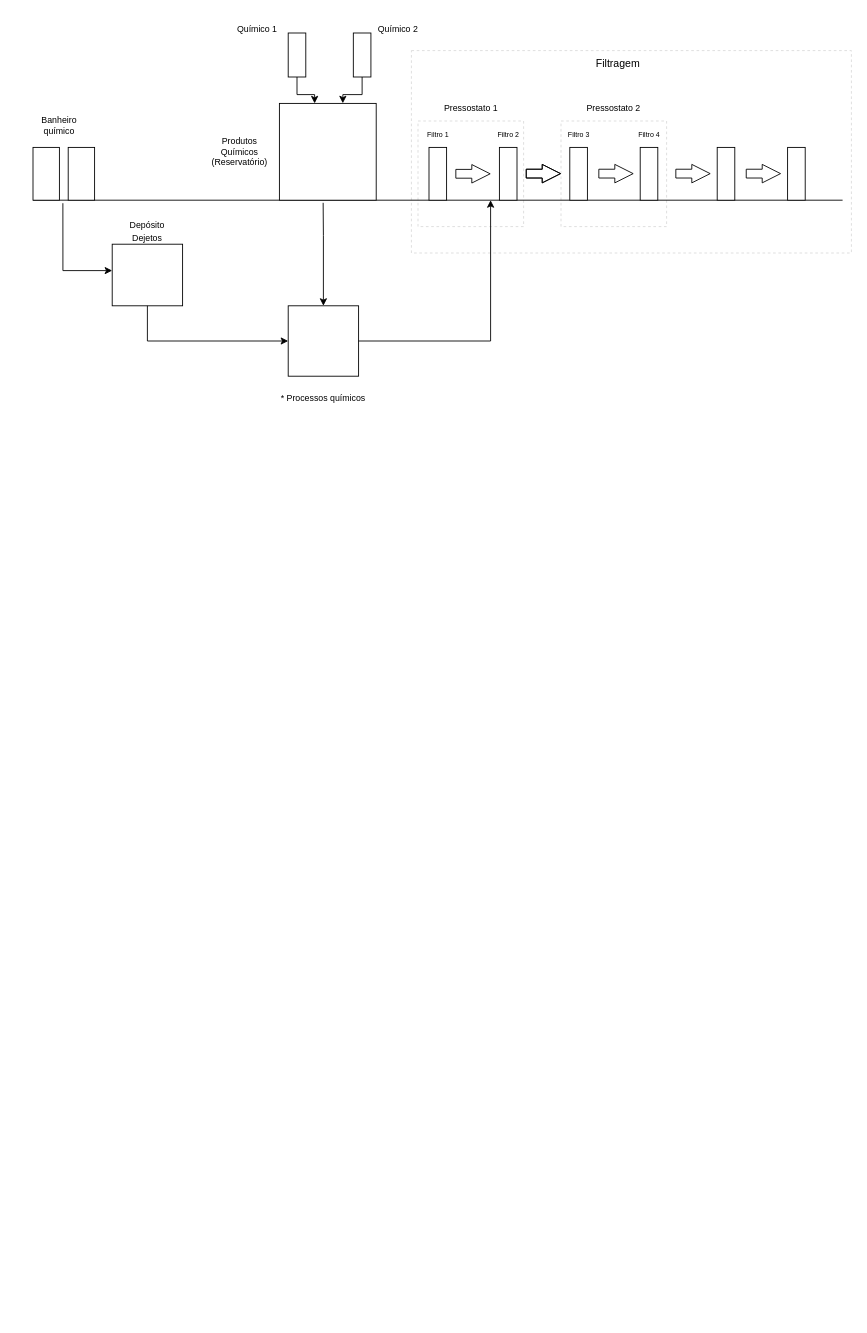
gabrielkrneiro/Puri keeps this draw.io diagram as Untitled Diagram.drawio. Above is the earlier version. Source tidied: cells renumbered, new cells numbered last; positions are measured from the earlier drawing's top-left corner, leaving out a move shared by most shapes. Both pictures are drawn from the tidied source at 88%, with x=0, y=0 at pixel (33, 15).
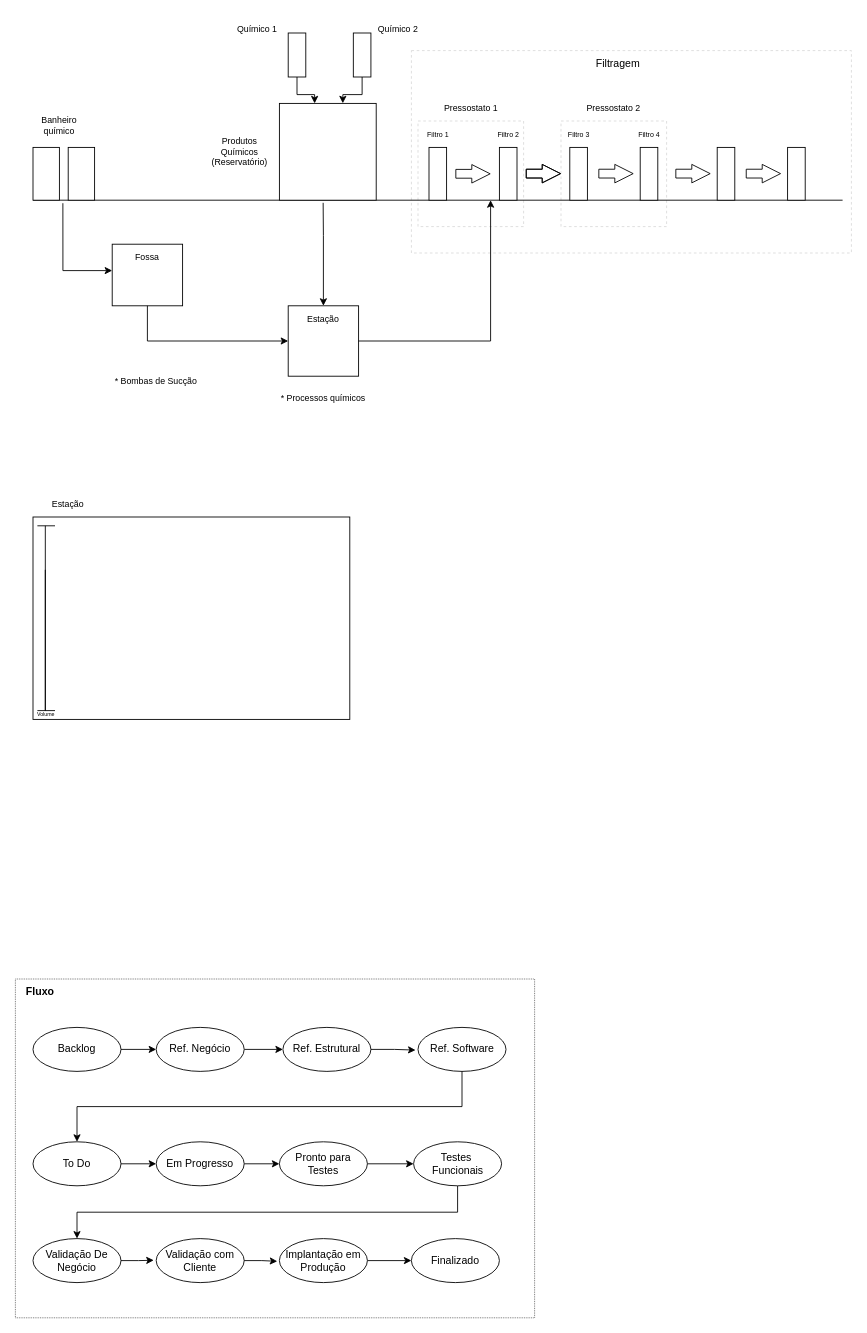
After the change.

The edit, as a diff of the source:
```diff
@@
+    <mxCell id="44" style="rounded=0;whiteSpace=wrap;html=1;dashed=1;dashPattern=1 1;strokeColor=#636363;" parent="1" vertex="1">
+      <mxGeometry x="-20" y="1095" width="590" height="385" as="geometry" />
+    </mxCell>
+    <mxCell id="45" style="rounded=0;whiteSpace=wrap;html=1;" parent="1" vertex="1">
+      <mxGeometry y="570" width="360" height="230" as="geometry" />
+    </mxCell>
@@
-    <mxCell id="13" value="&lt;font style=&quot;font-size: 10px;&quot;&gt;Depósito&lt;br&gt;Dejetos&lt;/font&gt;" style="text;html=1;align=center;verticalAlign=middle;whiteSpace=wrap;rounded=0;" parent="1" vertex="1">
-      <mxGeometry x="90" y="230" width="80" height="30" as="geometry" />
+    <mxCell id="13" value="&lt;span style=&quot;font-size: 10px;&quot;&gt;Fossa&lt;/span&gt;" style="text;html=1;align=center;verticalAlign=middle;whiteSpace=wrap;rounded=0;" parent="1" vertex="1">
+      <mxGeometry x="90" y="260" width="80" height="30" as="geometry" />
     </mxCell>
@@
+    <mxCell id="46" value="* Bombas de Sucção" style="text;html=1;align=center;verticalAlign=middle;whiteSpace=wrap;rounded=0;fontSize=10;" parent="1" vertex="1">
+      <mxGeometry x="90" y="400" width="100" height="30" as="geometry" />
+    </mxCell>
+    <mxCell id="47" value="Estação" style="text;html=1;align=center;verticalAlign=middle;whiteSpace=wrap;rounded=0;fontSize=10;" parent="1" vertex="1">
+      <mxGeometry x="-10" y="540" width="100" height="30" as="geometry" />
+    </mxCell>
+    <mxCell id="48" value="Estação" style="text;html=1;align=center;verticalAlign=middle;whiteSpace=wrap;rounded=0;fontSize=10;" parent="1" vertex="1">
+      <mxGeometry x="280" y="330" width="100" height="30" as="geometry" />
+    </mxCell>
+    <mxCell id="49" style="endArrow=none;html=1;rounded=0;" parent="1" edge="1">
+      <mxGeometry relative="1" as="geometry">
+        <mxPoint x="14" y="630" as="sourcePoint" />
+        <mxPoint x="14" y="580" as="targetPoint" />
+        <Array as="points">
+          <mxPoint x="14" y="790" />
+        </Array>
+      </mxGeometry>
+    </mxCell>
+    <mxCell id="50" style="endArrow=none;html=1;rounded=0;" parent="1" edge="1">
+      <mxGeometry relative="1" as="geometry">
+        <mxPoint x="25" y="790" as="sourcePoint" />
+        <mxPoint x="5" y="790" as="targetPoint" />
+      </mxGeometry>
+    </mxCell>
+    <mxCell id="51" style="endArrow=none;html=1;rounded=0;" parent="1" edge="1">
+      <mxGeometry relative="1" as="geometry">
+        <mxPoint x="25" y="580" as="sourcePoint" />
+        <mxPoint x="5" y="580" as="targetPoint" />
+      </mxGeometry>
+    </mxCell>
+    <mxCell id="52" value="Volume" style="text;html=1;align=center;verticalAlign=middle;whiteSpace=wrap;rounded=0;fontSize=6;" parent="1" vertex="1">
+      <mxGeometry y="790" width="30" height="10" as="geometry" />
+    </mxCell>
+    <mxCell id="53" style="edgeStyle=orthogonalEdgeStyle;rounded=0;jettySize=auto;html=1;" parent="1" edge="1" source="54" target="56">
+      <mxGeometry relative="1" as="geometry" />
+    </mxCell>
+    <mxCell id="54" value="Backlog" style="ellipse;whiteSpace=wrap;html=1;" parent="1" vertex="1">
+      <mxGeometry y="1150" width="100" height="50" as="geometry" />
+    </mxCell>
+    <mxCell id="55" style="edgeStyle=orthogonalEdgeStyle;rounded=0;jettySize=auto;html=1;entryX=0;entryY=0.5;entryDx=0;entryDy=0;" parent="1" edge="1" source="56" target="57">
+      <mxGeometry relative="1" as="geometry" />
+    </mxCell>
+    <mxCell id="56" value="Ref. Negócio" style="ellipse;whiteSpace=wrap;html=1;" parent="1" vertex="1">
+      <mxGeometry x="140" y="1150" width="100" height="50" as="geometry" />
+    </mxCell>
+    <mxCell id="57" value="Ref. Estrutural" style="ellipse;whiteSpace=wrap;html=1;" parent="1" vertex="1">
+      <mxGeometry x="284" y="1150" width="100" height="50" as="geometry" />
+    </mxCell>
+    <mxCell id="58" value="Ref. Software" style="ellipse;whiteSpace=wrap;html=1;" parent="1" vertex="1">
+      <mxGeometry x="437.5" y="1150" width="100" height="50" as="geometry" />
+    </mxCell>
+    <mxCell id="59" style="edgeStyle=orthogonalEdgeStyle;rounded=0;jettySize=auto;html=1;entryX=-0.028;entryY=0.516;entryDx=0;entryDy=0;entryPerimeter=0;" parent="1" edge="1" source="57" target="58">
+      <mxGeometry relative="1" as="geometry" />
+    </mxCell>
+    <mxCell id="60" style="edgeStyle=orthogonalEdgeStyle;rounded=0;jettySize=auto;html=1;entryX=0.5;entryY=0;entryDx=0;entryDy=0;exitX=0.5;exitY=1;exitDx=0;exitDy=0;" parent="1" edge="1" source="58" target="62">
+      <mxGeometry relative="1" as="geometry">
+        <Array as="points">
+          <mxPoint x="488" y="1240" />
+          <mxPoint x="50" y="1240" />
+        </Array>
+      </mxGeometry>
+    </mxCell>
+    <mxCell id="61" style="edgeStyle=orthogonalEdgeStyle;rounded=0;jettySize=auto;html=1;" parent="1" edge="1" source="62" target="64">
+      <mxGeometry relative="1" as="geometry" />
+    </mxCell>
+    <mxCell id="62" value="To Do" style="ellipse;whiteSpace=wrap;html=1;" parent="1" vertex="1">
+      <mxGeometry y="1280" width="100" height="50" as="geometry" />
+    </mxCell>
+    <mxCell id="63" style="edgeStyle=orthogonalEdgeStyle;rounded=0;jettySize=auto;html=1;" parent="1" edge="1" source="64" target="72">
+      <mxGeometry relative="1" as="geometry" />
+    </mxCell>
+    <mxCell id="64" value="Em Progresso" style="ellipse;whiteSpace=wrap;html=1;" parent="1" vertex="1">
+      <mxGeometry x="140" y="1280" width="100" height="50" as="geometry" />
+    </mxCell>
+    <mxCell id="65" style="edgeStyle=orthogonalEdgeStyle;rounded=0;jettySize=auto;html=1;" parent="1" edge="1" source="66" target="67">
+      <mxGeometry relative="1" as="geometry">
+        <Array as="points">
+          <mxPoint x="483" y="1360" />
+          <mxPoint x="50" y="1360" />
+        </Array>
+      </mxGeometry>
+    </mxCell>
+    <mxCell id="66" value="Testes&amp;nbsp;&lt;div&gt;Funcionais&lt;/div&gt;" style="ellipse;whiteSpace=wrap;html=1;" parent="1" vertex="1">
+      <mxGeometry x="432.5" y="1280" width="100" height="50" as="geometry" />
+    </mxCell>
+    <mxCell id="67" value="Validação De Negócio" style="ellipse;whiteSpace=wrap;html=1;" parent="1" vertex="1">
+      <mxGeometry y="1390" width="100" height="50" as="geometry" />
+    </mxCell>
+    <mxCell id="68" value="Validação com Cliente" style="ellipse;whiteSpace=wrap;html=1;" parent="1" vertex="1">
+      <mxGeometry x="140" y="1390" width="100" height="50" as="geometry" />
+    </mxCell>
+    <mxCell id="69" style="edgeStyle=orthogonalEdgeStyle;rounded=0;jettySize=auto;html=1;entryX=0;entryY=0.5;entryDx=0;entryDy=0;" parent="1" edge="1" source="70" target="75">
+      <mxGeometry relative="1" as="geometry" />
+    </mxCell>
+    <mxCell id="70" value="Implantação em Produção" style="ellipse;whiteSpace=wrap;html=1;" parent="1" vertex="1">
+      <mxGeometry x="280" y="1390" width="100" height="50" as="geometry" />
+    </mxCell>
+    <mxCell id="71" style="edgeStyle=orthogonalEdgeStyle;rounded=0;jettySize=auto;html=1;entryX=0;entryY=0.5;entryDx=0;entryDy=0;" parent="1" edge="1" source="72" target="66">
+      <mxGeometry relative="1" as="geometry" />
+    </mxCell>
+    <mxCell id="72" value="Pronto para Testes" style="ellipse;whiteSpace=wrap;html=1;" parent="1" vertex="1">
+      <mxGeometry x="280" y="1280" width="100" height="50" as="geometry" />
+    </mxCell>
+    <mxCell id="73" style="edgeStyle=orthogonalEdgeStyle;rounded=0;jettySize=auto;html=1;entryX=-0.028;entryY=0.492;entryDx=0;entryDy=0;entryPerimeter=0;" parent="1" edge="1" source="67" target="68">
+      <mxGeometry relative="1" as="geometry" />
+    </mxCell>
+    <mxCell id="74" style="edgeStyle=orthogonalEdgeStyle;rounded=0;jettySize=auto;html=1;entryX=-0.024;entryY=0.516;entryDx=0;entryDy=0;entryPerimeter=0;" parent="1" edge="1" source="68" target="70">
+      <mxGeometry relative="1" as="geometry" />
+    </mxCell>
+    <mxCell id="75" value="Finalizado" style="ellipse;whiteSpace=wrap;html=1;" parent="1" vertex="1">
+      <mxGeometry x="430" y="1390" width="100" height="50" as="geometry" />
+    </mxCell>
+    <mxCell id="76" value="&lt;b&gt;Fluxo&amp;nbsp;&lt;/b&gt;" style="text;html=1;align=center;verticalAlign=middle;whiteSpace=wrap;rounded=0;" parent="1" vertex="1">
+      <mxGeometry x="-10" y="1095" width="40" height="30" as="geometry" />
+    </mxCell>
```
